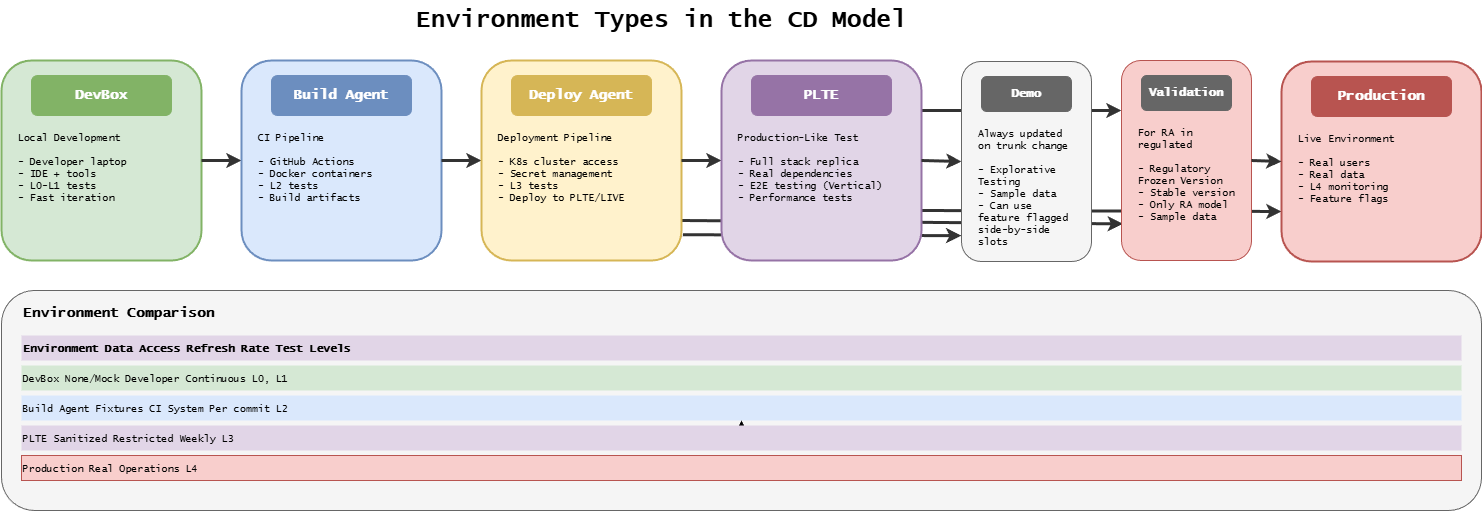
Before: docs/assets/assisted/08-environment-types.drawio.png, a diagram exported from draw.io (ready-to-release/eac). Source tidied: cells renumbered, new cells last; positions are measured from the earlier drawing's top-left corner, leaving out a move shared by most shapes. The source it was exported from:
```xml
<mxGraphModel background="#ffffff">
  <root>
    <mxCell id="0" />
    <mxCell id="1" parent="0" />
    <mxCell id="2" style="endArrow=classic;html=1;strokeWidth=3;strokeColor=#333333;exitX=1.007;exitY=0.871;exitDx=0;exitDy=0;exitPerimeter=0;entryX=0.011;entryY=0.817;entryDx=0;entryDy=0;entryPerimeter=0;" parent="1" edge="1" target="37">
      <mxGeometry relative="1" as="geometry">
        <mxPoint x="681" y="220" as="sourcePoint" />
      </mxGeometry>
    </mxCell>
    <mxCell id="3" style="endArrow=classic;html=1;strokeWidth=3;strokeColor=#333333;exitX=1.007;exitY=0.871;exitDx=0;exitDy=0;exitPerimeter=0;entryX=-0.001;entryY=0.871;entryDx=0;entryDy=0;entryPerimeter=0;" parent="1" edge="1" source="15" target="26">
      <mxGeometry relative="1" as="geometry" />
    </mxCell>
    <mxCell id="4" style="endArrow=classic;html=1;strokeWidth=3;strokeColor=#333333;entryX=0;entryY=0.75;entryDx=0;entryDy=0;exitX=1;exitY=0.75;exitDx=0;exitDy=0;" parent="1" edge="1" source="19" target="23">
      <mxGeometry relative="1" as="geometry" />
    </mxCell>
    <mxCell id="5" style="endArrow=classic;html=1;strokeWidth=3;strokeColor=#333333;entryX=0;entryY=0.25;entryDx=0;entryDy=0;exitX=1;exitY=0.25;exitDx=0;exitDy=0;" parent="1" edge="1" source="19" target="37">
      <mxGeometry relative="1" as="geometry" />
    </mxCell>
    <mxCell id="6" value="Environment Types in the CD Model" style="text;html=1;strokeColor=none;fillColor=none;align=center;verticalAlign=middle;whiteSpace=wrap;rounded=0;fontFamily=Lucida Console;fontStyle=1;fontSize=24;" parent="1" vertex="1">
      <mxGeometry x="360" width="600" height="40" as="geometry" />
    </mxCell>
    <mxCell id="7" style="rounded=1;whiteSpace=wrap;html=1;fillColor=#d5e8d4;strokeColor=#82b366;strokeWidth=2;" parent="1" vertex="1">
      <mxGeometry y="60" width="200" height="200" as="geometry" />
    </mxCell>
    <mxCell id="8" value="DevBox" style="rounded=1;whiteSpace=wrap;html=1;fillColor=#82b366;strokeColor=#82b366;fontFamily=Lucida Console;fontStyle=1;fontSize=14;fontColor=#ffffff;" parent="1" vertex="1">
      <mxGeometry x="30" y="75" width="140" height="40" as="geometry" />
    </mxCell>
    <mxCell id="9" value="Local Development&#10;&#10;- Developer laptop&#10;- IDE + tools&#10;- L0-L1 tests&#10;- Fast iteration" style="text;html=1;strokeColor=none;fillColor=none;align=left;verticalAlign=top;whiteSpace=wrap;rounded=0;fontFamily=Lucida Console;fontSize=10;" parent="1" vertex="1">
      <mxGeometry x="15" y="125" width="170" height="120" as="geometry" />
    </mxCell>
    <mxCell id="10" style="endArrow=classic;html=1;strokeWidth=3;strokeColor=#333333;" parent="1" edge="1">
      <mxGeometry relative="1" as="geometry">
        <mxPoint x="200" y="160" as="sourcePoint" />
        <mxPoint x="240" y="160" as="targetPoint" />
      </mxGeometry>
    </mxCell>
    <mxCell id="11" style="rounded=1;whiteSpace=wrap;html=1;fillColor=#dae8fc;strokeColor=#6c8ebf;strokeWidth=2;" parent="1" vertex="1">
      <mxGeometry x="240" y="60" width="200" height="200" as="geometry" />
    </mxCell>
    <mxCell id="12" value="Build Agent" style="rounded=1;whiteSpace=wrap;html=1;fillColor=#6c8ebf;strokeColor=#6c8ebf;fontFamily=Lucida Console;fontStyle=1;fontSize=14;fontColor=#ffffff;" parent="1" vertex="1">
      <mxGeometry x="270" y="75" width="140" height="40" as="geometry" />
    </mxCell>
    <mxCell id="13" value="CI Pipeline&#10;&#10;- GitHub Actions&#10;- Docker containers&#10;- L2 tests&#10;- Build artifacts" style="text;html=1;strokeColor=none;fillColor=none;align=left;verticalAlign=top;whiteSpace=wrap;rounded=0;fontFamily=Lucida Console;fontSize=10;" parent="1" vertex="1">
      <mxGeometry x="255" y="125" width="170" height="120" as="geometry" />
    </mxCell>
    <mxCell id="14" style="endArrow=classic;html=1;strokeWidth=3;strokeColor=#333333;" parent="1" edge="1">
      <mxGeometry relative="1" as="geometry">
        <mxPoint x="440" y="160" as="sourcePoint" />
        <mxPoint x="480" y="160" as="targetPoint" />
      </mxGeometry>
    </mxCell>
    <mxCell id="15" style="rounded=1;whiteSpace=wrap;html=1;fillColor=#fff2cc;strokeColor=#d6b656;strokeWidth=2;" parent="1" vertex="1">
      <mxGeometry x="480" y="60" width="200" height="200" as="geometry" />
    </mxCell>
    <mxCell id="16" value="Deploy Agent" style="rounded=1;whiteSpace=wrap;html=1;fillColor=#d6b656;strokeColor=#d6b656;fontFamily=Lucida Console;fontStyle=1;fontSize=14;fontColor=#ffffff;" parent="1" vertex="1">
      <mxGeometry x="510" y="75" width="140" height="40" as="geometry" />
    </mxCell>
    <mxCell id="17" value="Deployment Pipeline&lt;br&gt;&lt;br&gt;- K8s cluster access&lt;br&gt;- Secret management&lt;br&gt;- L3 tests&lt;br&gt;- Deploy to PLTE/LIVE" style="text;html=1;strokeColor=none;fillColor=none;align=left;verticalAlign=top;whiteSpace=wrap;rounded=0;fontFamily=Lucida Console;fontSize=10;" parent="1" vertex="1">
      <mxGeometry x="495" y="125" width="170" height="120" as="geometry" />
    </mxCell>
    <mxCell id="18" style="endArrow=classic;html=1;strokeWidth=3;strokeColor=#333333;" parent="1" edge="1">
      <mxGeometry relative="1" as="geometry">
        <mxPoint x="680" y="160" as="sourcePoint" />
        <mxPoint x="720" y="160" as="targetPoint" />
      </mxGeometry>
    </mxCell>
    <mxCell id="19" style="rounded=1;whiteSpace=wrap;html=1;fillColor=#e1d5e7;strokeColor=#9673a6;strokeWidth=2;" parent="1" vertex="1">
      <mxGeometry x="720" y="60" width="200" height="200" as="geometry" />
    </mxCell>
    <mxCell id="20" value="PLTE" style="rounded=1;whiteSpace=wrap;html=1;fillColor=#9673a6;strokeColor=#9673a6;fontFamily=Lucida Console;fontStyle=1;fontSize=14;fontColor=#ffffff;" parent="1" vertex="1">
      <mxGeometry x="750" y="75" width="140" height="40" as="geometry" />
    </mxCell>
    <mxCell id="21" value="Production-Like Test&lt;br&gt;&lt;br&gt;- Full stack replica&lt;br&gt;- Real dependencies&lt;br&gt;- E2E testing&amp;nbsp;&lt;span style=&quot;color: rgb(0, 0, 0);&quot;&gt;(Vertical)&lt;/span&gt;&lt;br&gt;- Performance tests" style="text;html=1;strokeColor=none;fillColor=none;align=left;verticalAlign=top;whiteSpace=wrap;rounded=0;fontFamily=Lucida Console;fontSize=10;" parent="1" vertex="1">
      <mxGeometry x="735" y="125" width="170" height="120" as="geometry" />
    </mxCell>
    <mxCell id="22" style="endArrow=classic;html=1;strokeWidth=3;strokeColor=#333333;entryX=0;entryY=0.5;entryDx=0;entryDy=0;" parent="1" edge="1" target="26">
      <mxGeometry relative="1" as="geometry">
        <mxPoint x="920" y="160" as="sourcePoint" />
      </mxGeometry>
    </mxCell>
    <mxCell id="23" style="rounded=1;whiteSpace=wrap;html=1;fillColor=#f8cecc;strokeColor=#b85450;strokeWidth=2;" parent="1" vertex="1">
      <mxGeometry x="1280" y="61" width="200" height="200" as="geometry" />
    </mxCell>
    <mxCell id="24" value="Production" style="rounded=1;whiteSpace=wrap;html=1;fillColor=#b85450;strokeColor=#b85450;fontFamily=Lucida Console;fontStyle=1;fontSize=14;fontColor=#ffffff;" parent="1" vertex="1">
      <mxGeometry x="1310" y="76" width="140" height="40" as="geometry" />
    </mxCell>
    <mxCell id="25" value="Live Environment&#10;&#10;- Real users&#10;- Real data&#10;- L4 monitoring&#10;- Feature flags" style="text;html=1;strokeColor=none;fillColor=none;align=left;verticalAlign=top;whiteSpace=wrap;rounded=0;fontFamily=Lucida Console;fontSize=10;" parent="1" vertex="1">
      <mxGeometry x="1295" y="126" width="170" height="120" as="geometry" />
    </mxCell>
    <mxCell id="26" style="rounded=1;whiteSpace=wrap;html=1;fillColor=#f5f5f5;strokeColor=#666666;strokeWidth=1;strokeDashPattern=8 8;" parent="1" vertex="1">
      <mxGeometry x="960" y="61" width="130" height="200" as="geometry" />
    </mxCell>
    <mxCell id="27" value="Demo" style="rounded=1;whiteSpace=wrap;html=1;fillColor=#666666;strokeColor=#666666;fontFamily=Lucida Console;fontStyle=1;fontSize=12;fontColor=#ffffff;" parent="1" vertex="1">
      <mxGeometry x="980" y="76" width="90" height="35" as="geometry" />
    </mxCell>
    <mxCell id="28" value="Always updated on trunk change&amp;nbsp;&lt;br&gt;&lt;br&gt;- Explorative Testing&lt;br&gt;- Sample data&lt;br&gt;- Can use feature flagged side-by-side slots" style="text;html=1;strokeColor=none;fillColor=none;align=left;verticalAlign=top;whiteSpace=wrap;rounded=0;fontFamily=Lucida Console;fontSize=10;" parent="1" vertex="1">
      <mxGeometry x="975" y="121" width="100" height="120" as="geometry" />
    </mxCell>
    <mxCell id="29" style="rounded=1;whiteSpace=wrap;html=1;fillColor=#f5f5f5;strokeColor=#666666;strokeWidth=1;" parent="1" vertex="1">
      <mxGeometry y="290" width="1480" height="220" as="geometry" />
    </mxCell>
    <mxCell id="30" value="Environment Comparison" style="text;html=1;strokeColor=none;fillColor=none;align=left;verticalAlign=middle;whiteSpace=wrap;rounded=0;fontFamily=Lucida Console;fontStyle=1;fontSize=14;" parent="1" vertex="1">
      <mxGeometry x="20" y="300" width="300" height="25" as="geometry" />
    </mxCell>
    <mxCell id="31" value="Environment     Data           Access          Refresh Rate    Test Levels" style="text;html=1;strokeColor=none;fillColor=#e1d5e7;align=left;verticalAlign=middle;whiteSpace=wrap;rounded=0;fontFamily=Lucida Console;fontStyle=1;fontSize=11;" parent="1" vertex="1">
      <mxGeometry x="20" y="335" width="1440" height="25" as="geometry" />
    </mxCell>
    <mxCell id="32" value="DevBox          None/Mock      Developer       Continuous      L0, L1" style="text;html=1;strokeColor=none;fillColor=#d5e8d4;align=left;verticalAlign=middle;whiteSpace=wrap;rounded=0;fontFamily=Lucida Console;fontSize=10;" parent="1" vertex="1">
      <mxGeometry x="20" y="365" width="1440" height="25" as="geometry" />
    </mxCell>
    <mxCell id="33" value="Build Agent     Fixtures       CI System       Per commit      L2" style="text;html=1;strokeColor=none;fillColor=#dae8fc;align=left;verticalAlign=middle;whiteSpace=wrap;rounded=0;fontFamily=Lucida Console;fontSize=10;" parent="1" vertex="1">
      <mxGeometry x="20" y="395" width="1440" height="25" as="geometry" />
    </mxCell>
    <mxCell id="34" style="edgeStyle=none;html=1;" parent="1" edge="1" source="35" target="33">
      <mxGeometry relative="1" as="geometry" />
    </mxCell>
    <mxCell id="35" value="PLTE            Sanitized      Restricted      Weekly          L3" style="text;html=1;strokeColor=none;fillColor=#e1d5e7;align=left;verticalAlign=middle;whiteSpace=wrap;rounded=0;fontFamily=Lucida Console;fontSize=10;" parent="1" vertex="1">
      <mxGeometry x="20" y="425" width="1440" height="25" as="geometry" />
    </mxCell>
    <mxCell id="36" value="Production      Real           Operations L4" style="text;html=1;strokeColor=#b85450;fillColor=#f8cecc;align=left;verticalAlign=middle;whiteSpace=wrap;rounded=0;fontFamily=Lucida Console;fontSize=10;" parent="1" vertex="1">
      <mxGeometry x="20" y="455" width="1440" height="25" as="geometry" />
    </mxCell>
    <mxCell id="37" style="rounded=1;whiteSpace=wrap;html=1;fillColor=#f8cecc;strokeColor=#b85450;strokeWidth=1;strokeDashPattern=8 8;" parent="1" vertex="1">
      <mxGeometry x="1120" y="60" width="130" height="200" as="geometry" />
    </mxCell>
    <mxCell id="38" value="Validation" style="rounded=1;whiteSpace=wrap;html=1;fillColor=#666666;strokeColor=#666666;fontFamily=Lucida Console;fontStyle=1;fontSize=12;fontColor=#ffffff;" parent="1" vertex="1">
      <mxGeometry x="1140" y="75" width="90" height="35" as="geometry" />
    </mxCell>
    <mxCell id="39" value="For RA in regulated&lt;br&gt;&lt;br&gt;- Regulatory Frozen Version&lt;div&gt;&lt;span style=&quot;color: rgb(0, 0, 0);&quot;&gt;- Stable version&lt;/span&gt;&lt;font color=&quot;#000000&quot;&gt;&lt;br&gt;&lt;/font&gt;- Only RA model&lt;/div&gt;&lt;div&gt;&lt;span style=&quot;color: rgb(0, 0, 0);&quot;&gt;- Sample data&lt;/span&gt;&lt;/div&gt;" style="text;html=1;strokeColor=none;fillColor=none;align=left;verticalAlign=top;whiteSpace=wrap;rounded=0;fontFamily=Lucida Console;fontSize=10;" parent="1" vertex="1">
      <mxGeometry x="1135" y="120" width="100" height="120" as="geometry" />
    </mxCell>
    <mxCell id="40" style="endArrow=classic;html=1;strokeWidth=3;strokeColor=#333333;entryX=0;entryY=0.5;entryDx=0;entryDy=0;exitX=1;exitY=0.5;exitDx=0;exitDy=0;" parent="1" edge="1" source="37" target="23">
      <mxGeometry relative="1" as="geometry" />
    </mxCell>
  </root>
</mxGraphModel>
```
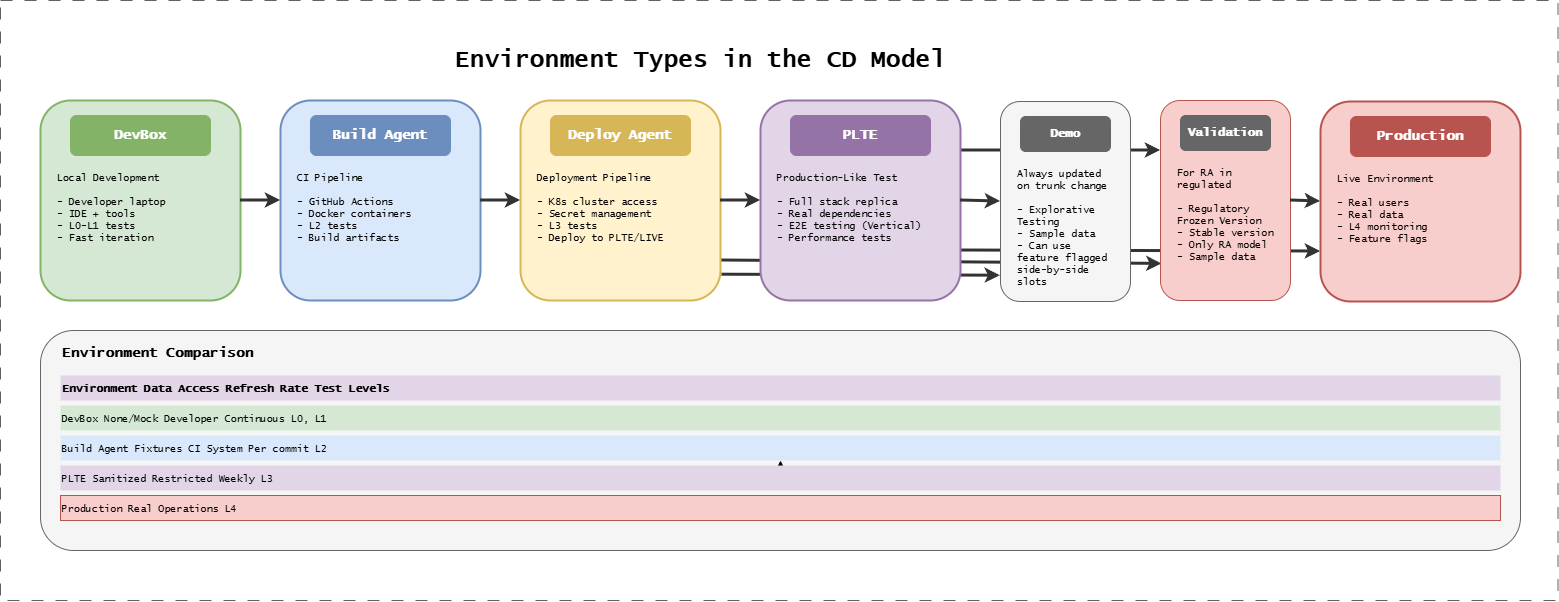
Later version of the same file.

What changed in the source:
```diff
@@ -132,5 +132,8 @@
     <mxCell id="40" style="endArrow=classic;html=1;strokeWidth=3;strokeColor=#333333;entryX=0;entryY=0.5;entryDx=0;entryDy=0;exitX=1;exitY=0.5;exitDx=0;exitDy=0;" parent="1" edge="1" source="37" target="23">
       <mxGeometry relative="1" as="geometry" />
     </mxCell>
+    <mxCell id="41" style="group;strokeColor=#616161;dashed=1;dashPattern=12 12;fontFamily=Lucida Console;fontSize=19;fontStyle=1;" parent="1" vertex="1">
+      <mxGeometry x="-40" y="-40" width="1557.5" height="600" as="geometry" />
+    </mxCell>
   </root>
 </mxGraphModel>
```
